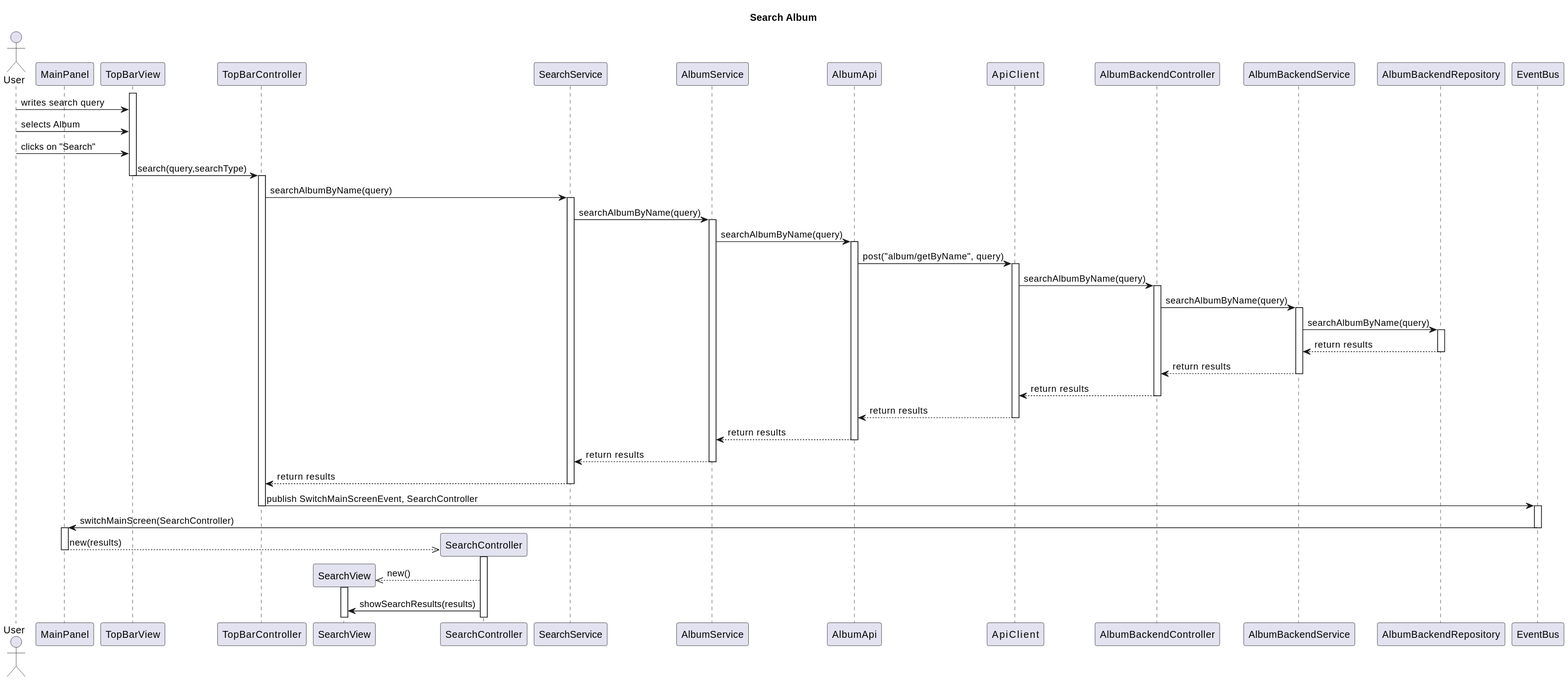
Earlier version of the PlantUML export Paradoteo_4/SequenceDiagrams-v0.3/SearchAlbum.svg (RubenKingCP/Tunix). Source of this version:
```plantuml
@startuml
title Search Album

actor User

participant MainPanel
participant TopBarView
participant TopBarController
participant SearchView
participant SearchController
participant SearchService
participant AlbumService
participant AlbumApi
participant ApiService
participant AlbumBackendController
participant AlbumBackendService
participant AlbumBackendRepository


participant EventBus

activate TopBarView
User -> TopBarView : writes search query
User -> TopBarView : selects Album
User -> TopBarView : clicks on "Search"
TopBarView -> TopBarController : search(query,searchType)
deactivate TopBarView
activate TopBarController
TopBarController -> SearchService : searchAlbumByName(query)
activate SearchService
SearchService -> AlbumService : searchAlbumByName(query)
activate AlbumService
AlbumService -> AlbumApi : searchAlbumByName(query)
activate AlbumApi
AlbumApi -> ApiService : post("album/getByName", query)
activate ApiService
ApiService -> AlbumBackendController : searchAlbumByName(query)
activate AlbumBackendController
AlbumBackendController -> AlbumBackendService : searchAlbumByName(query)
activate AlbumBackendService
AlbumBackendService -> AlbumBackendRepository : searchAlbumByName(query)
activate AlbumBackendRepository
AlbumBackendRepository --> AlbumBackendService : return results
deactivate AlbumBackendRepository
AlbumBackendService --> AlbumBackendController : return results
deactivate AlbumBackendService
AlbumBackendController --> ApiService : return results
deactivate AlbumBackendController
ApiService --> AlbumApi : return results
deactivate ApiService
AlbumApi --> AlbumService : return results
deactivate AlbumApi
AlbumService --> SearchService : return results
deactivate AlbumService
SearchService --> TopBarController : return results
deactivate SearchService
TopBarController -> EventBus : publish SwitchMainScreenEvent, SearchController
deactivate TopBarController
activate EventBus
EventBus -> MainPanel : switchMainScreen(SearchController)
deactivate EventBus
activate MainPanel
create SearchController
MainPanel -->> SearchController : new(results)
deactivate MainPanel
activate SearchController
create SearchView
SearchController -->> SearchView : new()
activate SearchView
SearchController -> SearchView : showSearchResults(results)
@enduml
```
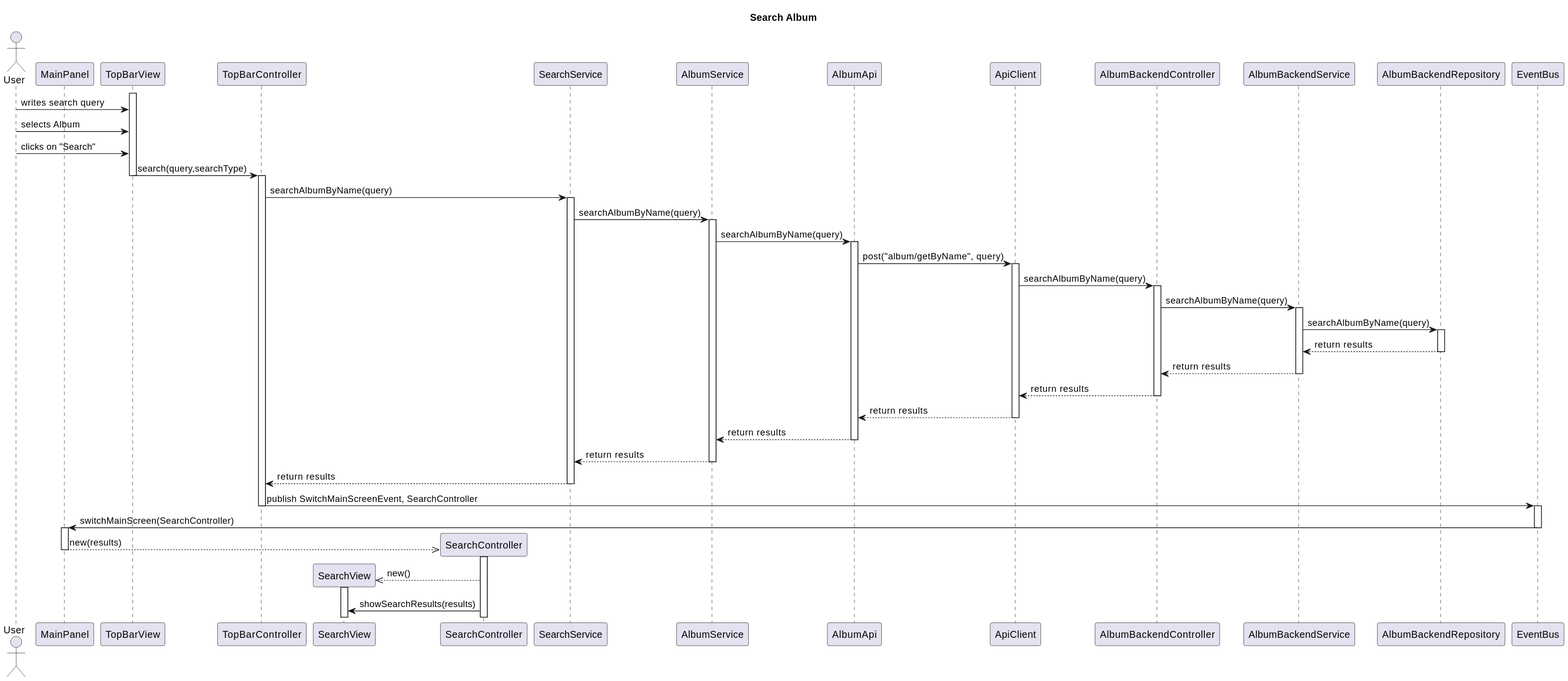
Later version of the same file.

Diff of the diagram source:
```diff
@@ -11,7 +11,7 @@
 participant SearchService
 participant AlbumService
 participant AlbumApi
-participant ApiService
+participant ApiClient
 participant AlbumBackendController
 participant AlbumBackendService
 participant AlbumBackendRepository
@@ -32,9 +32,9 @@
 activate AlbumService
 AlbumService -> AlbumApi : searchAlbumByName(query)
 activate AlbumApi
-AlbumApi -> ApiService : post("album/getByName", query)
-activate ApiService
-ApiService -> AlbumBackendController : searchAlbumByName(query)
+AlbumApi -> ApiClient : post("album/getByName", query)
+activate ApiClient
+ApiClient -> AlbumBackendController : searchAlbumByName(query)
 activate AlbumBackendController
 AlbumBackendController -> AlbumBackendService : searchAlbumByName(query)
 activate AlbumBackendService
@@ -44,10 +44,10 @@
 deactivate AlbumBackendRepository
 AlbumBackendService --> AlbumBackendController : return results
 deactivate AlbumBackendService
-AlbumBackendController --> ApiService : return results
+AlbumBackendController --> ApiClient : return results
 deactivate AlbumBackendController
-ApiService --> AlbumApi : return results
-deactivate ApiService
+ApiClient --> AlbumApi : return results
+deactivate ApiClient
 AlbumApi --> AlbumService : return results
 deactivate AlbumApi
 AlbumService --> SearchService : return results
```
